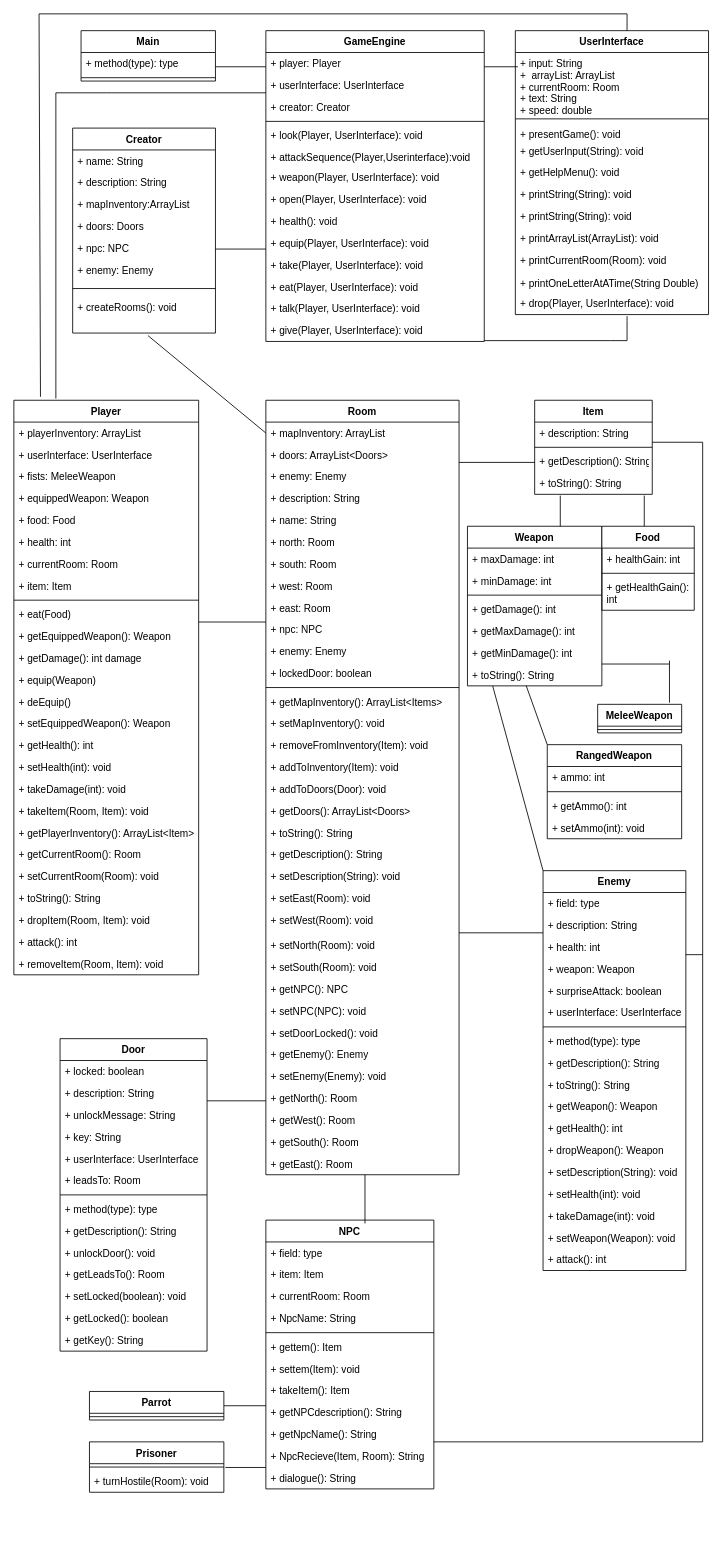
ThomasSA-Git/Adventure-game keeps this draw.io diagram as Untitled Diagram.drawio. Above is the earlier version. Source tidied: cells renumbered, new cells numbered last; positions are measured from the earlier drawing's top-left corner, leaving out a move shared by most shapes. Both pictures are drawn from the tidied source at 84%, with x=0, y=0 at pixel (13, 13).
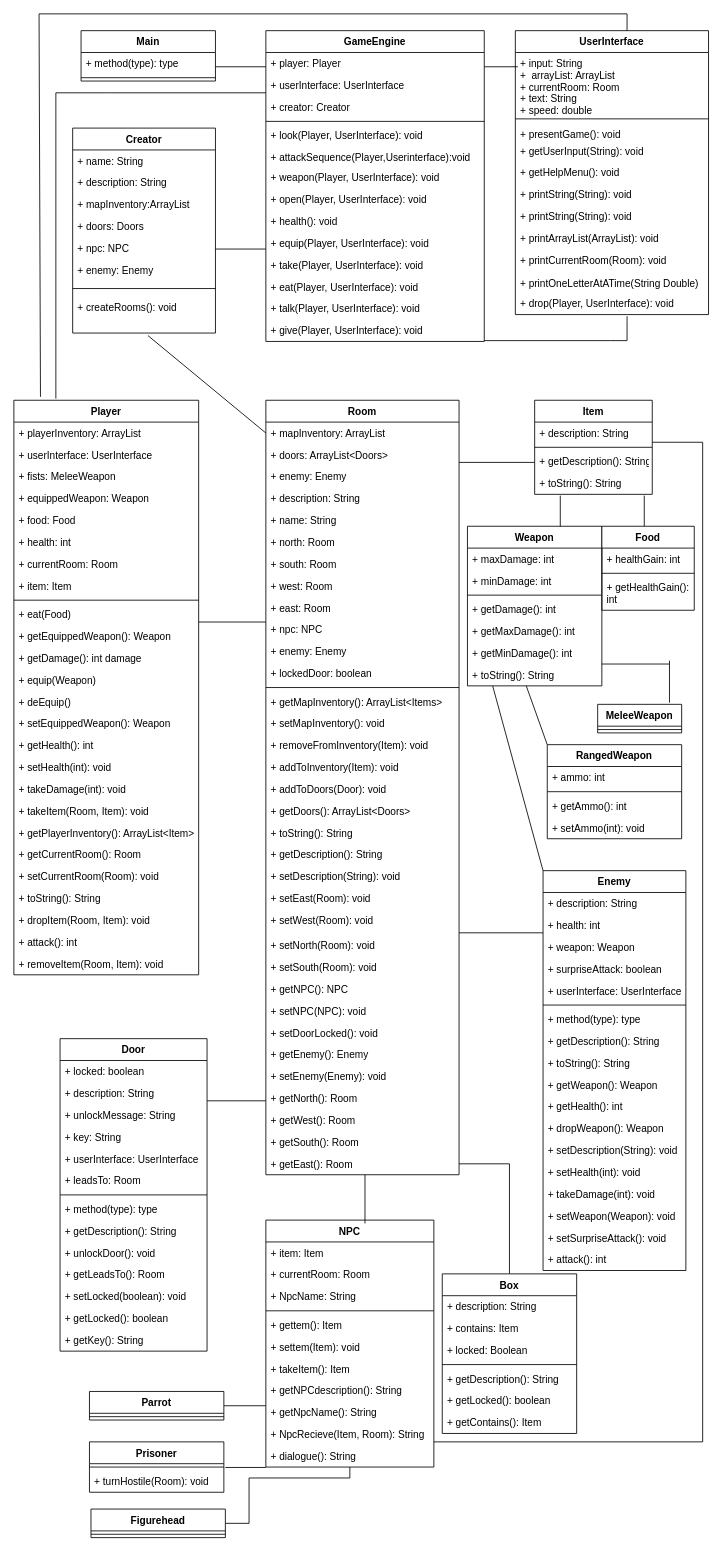
After the change.

Commit message:
Class diagram adventure.drawio

The change refers to these unchanged cells:
```xml
<mxCell id="45" value="+ getEast(): Room" style="text;strokeColor=none;fillColor=none;align=left;verticalAlign=top;spacingLeft=4;spacingRight=4;overflow=hidden;points=[[0,0.5],[1,0.5]];portConstraint=eastwest;" parent="10" vertex="1">
  <mxGeometry y="896" width="230" height="26" as="geometry" />
</mxCell>
<mxCell id="102" value="Enemy" style="swimlane;fontStyle=1;align=center;verticalAlign=top;horizontal=1;startSize=26;" parent="1" vertex="1">
  <mxGeometry x="630" y="1020" width="170" height="476" as="geometry" />
</mxCell>
```

Diff of the diagram source:
```diff
@@
     <mxCell id="66" value="NPC" style="swimlane;fontStyle=1;align=center;verticalAlign=top;horizontal=1;startSize=26;" parent="1" vertex="1">
-      <mxGeometry x="300" y="1436" width="200" height="320" as="geometry" />
+      <mxGeometry x="300" y="1436" width="200" height="294" as="geometry" />
     </mxCell>
-    <mxCell id="67" value="+ field: type" style="text;strokeColor=none;fillColor=none;align=left;verticalAlign=top;spacingLeft=4;spacingRight=4;overflow=hidden;" parent="66" vertex="1">
-      <mxGeometry y="26" width="200" height="26" as="geometry" />
-    </mxCell>
     <mxCell id="68" value="+ item: Item" style="text;strokeColor=none;fillColor=none;align=left;verticalAlign=top;spacingLeft=4;spacingRight=4;overflow=hidden;" parent="66" vertex="1">
-      <mxGeometry y="52" width="200" height="26" as="geometry" />
+      <mxGeometry y="26" width="200" height="26" as="geometry" />
     </mxCell>
     <mxCell id="69" value="+ currentRoom: Room" style="text;strokeColor=none;fillColor=none;align=left;verticalAlign=top;spacingLeft=4;spacingRight=4;overflow=hidden;" parent="66" vertex="1">
-      <mxGeometry y="78" width="200" height="26" as="geometry" />
+      <mxGeometry y="52" width="200" height="26" as="geometry" />
     </mxCell>
     <mxCell id="70" value="+ NpcName: String" style="text;strokeColor=none;fillColor=none;align=left;verticalAlign=top;spacingLeft=4;spacingRight=4;overflow=hidden;" parent="66" vertex="1">
-      <mxGeometry y="104" width="200" height="26" as="geometry" />
+      <mxGeometry y="78" width="200" height="26" as="geometry" />
     </mxCell>
     <mxCell id="71" style="line;strokeWidth=1;fillColor=none;align=left;verticalAlign=middle;spacingTop=-1;spacingLeft=3;spacingRight=3;labelPosition=right;" parent="66" vertex="1">
-      <mxGeometry y="130" width="200" height="8" as="geometry" />
+      <mxGeometry y="104" width="200" height="8" as="geometry" />
     </mxCell>
     <mxCell id="72" value="+ gettem(): Item" style="text;strokeColor=none;fillColor=none;align=left;verticalAlign=top;spacingLeft=4;spacingRight=4;overflow=hidden;" parent="66" vertex="1">
-      <mxGeometry y="138" width="200" height="26" as="geometry" />
+      <mxGeometry y="112" width="200" height="26" as="geometry" />
     </mxCell>
     <mxCell id="73" value="+ settem(Item): void" style="text;strokeColor=none;fillColor=none;align=left;verticalAlign=top;spacingLeft=4;spacingRight=4;overflow=hidden;" parent="66" vertex="1">
-      <mxGeometry y="164" width="200" height="26" as="geometry" />
+      <mxGeometry y="138" width="200" height="26" as="geometry" />
     </mxCell>
     <mxCell id="74" value="+ takeItem(): Item" style="text;strokeColor=none;fillColor=none;align=left;verticalAlign=top;spacingLeft=4;spacingRight=4;overflow=hidden;" parent="66" vertex="1">
-      <mxGeometry y="190" width="200" height="26" as="geometry" />
+      <mxGeometry y="164" width="200" height="26" as="geometry" />
     </mxCell>
     <mxCell id="75" value="+ getNPCdescription(): String" style="text;strokeColor=none;fillColor=none;align=left;verticalAlign=top;spacingLeft=4;spacingRight=4;overflow=hidden;" parent="66" vertex="1">
-      <mxGeometry y="216" width="200" height="26" as="geometry" />
+      <mxGeometry y="190" width="200" height="26" as="geometry" />
     </mxCell>
     <mxCell id="76" value="+ getNpcName(): String" style="text;strokeColor=none;fillColor=none;align=left;verticalAlign=top;spacingLeft=4;spacingRight=4;overflow=hidden;" parent="66" vertex="1">
-      <mxGeometry y="242" width="200" height="26" as="geometry" />
+      <mxGeometry y="216" width="200" height="26" as="geometry" />
     </mxCell>
     <mxCell id="77" value="+ NpcRecieve(Item, Room): String" style="text;strokeColor=none;fillColor=none;align=left;verticalAlign=top;spacingLeft=4;spacingRight=4;overflow=hidden;" parent="66" vertex="1">
-      <mxGeometry y="268" width="200" height="26" as="geometry" />
+      <mxGeometry y="242" width="200" height="26" as="geometry" />
     </mxCell>
     <mxCell id="78" value="+ dialogue(): String" style="text;strokeColor=none;fillColor=none;align=left;verticalAlign=top;spacingLeft=4;spacingRight=4;overflow=hidden;points=[[0,0.5],[1,0.5]];portConstraint=eastwest;" parent="66" vertex="1">
-      <mxGeometry y="294" width="200" height="26" as="geometry" />
+      <mxGeometry y="268" width="200" height="26" as="geometry" />
     </mxCell>
@@
-    <mxCell id="103" value="+ field: type" style="text;strokeColor=none;fillColor=none;align=left;verticalAlign=top;spacingLeft=4;spacingRight=4;overflow=hidden;" parent="102" vertex="1">
-      <mxGeometry y="26" width="170" height="26" as="geometry" />
-    </mxCell>
     <mxCell id="104" value="+ description: String" style="text;strokeColor=none;fillColor=none;align=left;verticalAlign=top;spacingLeft=4;spacingRight=4;overflow=hidden;" parent="102" vertex="1">
-      <mxGeometry y="52" width="170" height="26" as="geometry" />
+      <mxGeometry y="26" width="170" height="26" as="geometry" />
     </mxCell>
     <mxCell id="105" value="+ health: int" style="text;strokeColor=none;fillColor=none;align=left;verticalAlign=top;spacingLeft=4;spacingRight=4;overflow=hidden;" parent="102" vertex="1">
-      <mxGeometry y="78" width="170" height="26" as="geometry" />
+      <mxGeometry y="52" width="170" height="26" as="geometry" />
     </mxCell>
     <mxCell id="106" value="+ weapon: Weapon" style="text;strokeColor=none;fillColor=none;align=left;verticalAlign=top;spacingLeft=4;spacingRight=4;overflow=hidden;" parent="102" vertex="1">
-      <mxGeometry y="104" width="170" height="26" as="geometry" />
+      <mxGeometry y="78" width="170" height="26" as="geometry" />
     </mxCell>
     <mxCell id="107" value="+ surpriseAttack: boolean" style="text;strokeColor=none;fillColor=none;align=left;verticalAlign=top;spacingLeft=4;spacingRight=4;overflow=hidden;" parent="102" vertex="1">
-      <mxGeometry y="130" width="170" height="26" as="geometry" />
+      <mxGeometry y="104" width="170" height="26" as="geometry" />
     </mxCell>
     <mxCell id="108" value="+ userInterface: UserInterface" style="text;strokeColor=none;fillColor=none;align=left;verticalAlign=top;spacingLeft=4;spacingRight=4;overflow=hidden;" parent="102" vertex="1">
-      <mxGeometry y="156" width="170" height="26" as="geometry" />
+      <mxGeometry y="130" width="170" height="26" as="geometry" />
     </mxCell>
     <mxCell id="109" style="line;strokeWidth=1;fillColor=none;align=left;verticalAlign=middle;spacingTop=-1;spacingLeft=3;spacingRight=3;labelPosition=right;" parent="102" vertex="1">
-      <mxGeometry y="182" width="170" height="8" as="geometry" />
+      <mxGeometry y="156" width="170" height="8" as="geometry" />
     </mxCell>
     <mxCell id="110" value="+ method(type): type" style="text;strokeColor=none;fillColor=none;align=left;verticalAlign=top;spacingLeft=4;spacingRight=4;overflow=hidden;" parent="102" vertex="1">
-      <mxGeometry y="190" width="170" height="26" as="geometry" />
+      <mxGeometry y="164" width="170" height="26" as="geometry" />
     </mxCell>
     <mxCell id="111" value="+ getDescription(): String" style="text;strokeColor=none;fillColor=none;align=left;verticalAlign=top;spacingLeft=4;spacingRight=4;overflow=hidden;" parent="102" vertex="1">
-      <mxGeometry y="216" width="170" height="26" as="geometry" />
+      <mxGeometry y="190" width="170" height="26" as="geometry" />
     </mxCell>
     <mxCell id="112" value="+ toString(): String" style="text;strokeColor=none;fillColor=none;align=left;verticalAlign=top;spacingLeft=4;spacingRight=4;overflow=hidden;" parent="102" vertex="1">
-      <mxGeometry y="242" width="170" height="26" as="geometry" />
+      <mxGeometry y="216" width="170" height="26" as="geometry" />
     </mxCell>
     <mxCell id="113" value="+ getWeapon(): Weapon" style="text;strokeColor=none;fillColor=none;align=left;verticalAlign=top;spacingLeft=4;spacingRight=4;overflow=hidden;" parent="102" vertex="1">
-      <mxGeometry y="268" width="170" height="26" as="geometry" />
+      <mxGeometry y="242" width="170" height="26" as="geometry" />
     </mxCell>
     <mxCell id="114" value="+ getHealth(): int" style="text;strokeColor=none;fillColor=none;align=left;verticalAlign=top;spacingLeft=4;spacingRight=4;overflow=hidden;" parent="102" vertex="1">
-      <mxGeometry y="294" width="170" height="26" as="geometry" />
+      <mxGeometry y="268" width="170" height="26" as="geometry" />
     </mxCell>
     <mxCell id="115" value="+ dropWeapon(): Weapon" style="text;strokeColor=none;fillColor=none;align=left;verticalAlign=top;spacingLeft=4;spacingRight=4;overflow=hidden;" parent="102" vertex="1">
-      <mxGeometry y="320" width="170" height="26" as="geometry" />
+      <mxGeometry y="294" width="170" height="26" as="geometry" />
     </mxCell>
     <mxCell id="116" value="+ setDescription(String): void" style="text;strokeColor=none;fillColor=none;align=left;verticalAlign=top;spacingLeft=4;spacingRight=4;overflow=hidden;" parent="102" vertex="1">
-      <mxGeometry y="346" width="170" height="26" as="geometry" />
+      <mxGeometry y="320" width="170" height="26" as="geometry" />
     </mxCell>
     <mxCell id="117" value="+ setHealth(int): void" style="text;strokeColor=none;fillColor=none;align=left;verticalAlign=top;spacingLeft=4;spacingRight=4;overflow=hidden;" parent="102" vertex="1">
-      <mxGeometry y="372" width="170" height="26" as="geometry" />
+      <mxGeometry y="346" width="170" height="26" as="geometry" />
     </mxCell>
     <mxCell id="118" value="+ takeDamage(int): void" style="text;strokeColor=none;fillColor=none;align=left;verticalAlign=top;spacingLeft=4;spacingRight=4;overflow=hidden;" parent="102" vertex="1">
-      <mxGeometry y="398" width="170" height="26" as="geometry" />
+      <mxGeometry y="372" width="170" height="26" as="geometry" />
     </mxCell>
     <mxCell id="119" value="+ setWeapon(Weapon): void" style="text;strokeColor=none;fillColor=none;align=left;verticalAlign=top;spacingLeft=4;spacingRight=4;overflow=hidden;" parent="102" vertex="1">
-      <mxGeometry y="424" width="170" height="26" as="geometry" />
+      <mxGeometry y="398" width="170" height="26" as="geometry" />
     </mxCell>
+    <mxCell id="205" value="+ setSurpriseAttack(): void" style="text;strokeColor=none;fillColor=none;align=left;verticalAlign=top;spacingLeft=4;spacingRight=4;overflow=hidden;" parent="102" vertex="1">
+      <mxGeometry y="424" width="170" height="26" as="geometry" />
+    </mxCell>
@@
-    <mxCell id="204" style="endArrow=none;endFill=0;endSize=12;html=1;rounded=0;" parent="1" edge="1">
-      <mxGeometry relative="1" as="geometry">
-        <mxPoint x="800" y="1120" as="sourcePoint" />
-        <mxPoint x="820" y="1120" as="targetPoint" />
-      </mxGeometry>
-    </mxCell>
+    <mxCell id="206" style="edgeStyle=orthogonalEdgeStyle;rounded=0;jettySize=auto;html=1;endArrow=none;endFill=0;" parent="1" edge="1" source="207" target="78">
+      <mxGeometry relative="1" as="geometry">
+        <Array as="points">
+          <mxPoint x="280" y="1797" />
+          <mxPoint x="280" y="1743" />
+        </Array>
+      </mxGeometry>
+    </mxCell>
+    <mxCell id="207" value="Figurehead" style="swimlane;fontStyle=1;align=center;verticalAlign=top;horizontal=1;startSize=26;" parent="1" vertex="1">
+      <mxGeometry x="91.8" y="1780" width="160" height="34" as="geometry" />
+    </mxCell>
+    <mxCell id="208" style="line;strokeWidth=1;fillColor=none;align=left;verticalAlign=middle;spacingTop=-1;spacingLeft=3;spacingRight=3;labelPosition=right;" parent="207" vertex="1">
+      <mxGeometry y="26" width="160" height="8" as="geometry" />
+    </mxCell>
+    <mxCell id="209" style="edgeStyle=orthogonalEdgeStyle;rounded=0;jettySize=auto;html=1;entryX=1;entryY=0.5;entryDx=0;entryDy=0;endArrow=none;endFill=0;" parent="1" edge="1" source="210" target="45">
+      <mxGeometry relative="1" as="geometry" />
+    </mxCell>
+    <mxCell id="210" value="Box" style="swimlane;fontStyle=1;align=center;verticalAlign=top;horizontal=1;startSize=26;" parent="1" vertex="1">
+      <mxGeometry x="510" y="1500" width="160" height="190" as="geometry" />
+    </mxCell>
+    <mxCell id="211" value="+ description: String" style="text;strokeColor=none;fillColor=none;align=left;verticalAlign=top;spacingLeft=4;spacingRight=4;overflow=hidden;" parent="210" vertex="1">
+      <mxGeometry y="26" width="160" height="26" as="geometry" />
+    </mxCell>
+    <mxCell id="212" value="+ contains: Item" style="text;strokeColor=none;fillColor=none;align=left;verticalAlign=top;spacingLeft=4;spacingRight=4;overflow=hidden;" parent="210" vertex="1">
+      <mxGeometry y="52" width="160" height="26" as="geometry" />
+    </mxCell>
+    <mxCell id="213" value="+ locked: Boolean" style="text;strokeColor=none;fillColor=none;align=left;verticalAlign=top;spacingLeft=4;spacingRight=4;overflow=hidden;" parent="210" vertex="1">
+      <mxGeometry y="78" width="160" height="26" as="geometry" />
+    </mxCell>
+    <mxCell id="214" style="line;strokeWidth=1;fillColor=none;align=left;verticalAlign=middle;spacingTop=-1;spacingLeft=3;spacingRight=3;labelPosition=right;" parent="210" vertex="1">
+      <mxGeometry y="104" width="160" height="8" as="geometry" />
+    </mxCell>
+    <mxCell id="215" value="+ getDescription(): String" style="text;strokeColor=none;fillColor=none;align=left;verticalAlign=top;spacingLeft=4;spacingRight=4;overflow=hidden;" parent="210" vertex="1">
+      <mxGeometry y="112" width="160" height="26" as="geometry" />
+    </mxCell>
+    <mxCell id="216" value="+ getLocked(): boolean" style="text;strokeColor=none;fillColor=none;align=left;verticalAlign=top;spacingLeft=4;spacingRight=4;overflow=hidden;" parent="210" vertex="1">
+      <mxGeometry y="138" width="160" height="26" as="geometry" />
+    </mxCell>
+    <mxCell id="217" value="+ getContains(): Item" style="text;strokeColor=none;fillColor=none;align=left;verticalAlign=top;spacingLeft=4;spacingRight=4;overflow=hidden;" parent="210" vertex="1">
+      <mxGeometry y="164" width="160" height="26" as="geometry" />
+    </mxCell>
```
